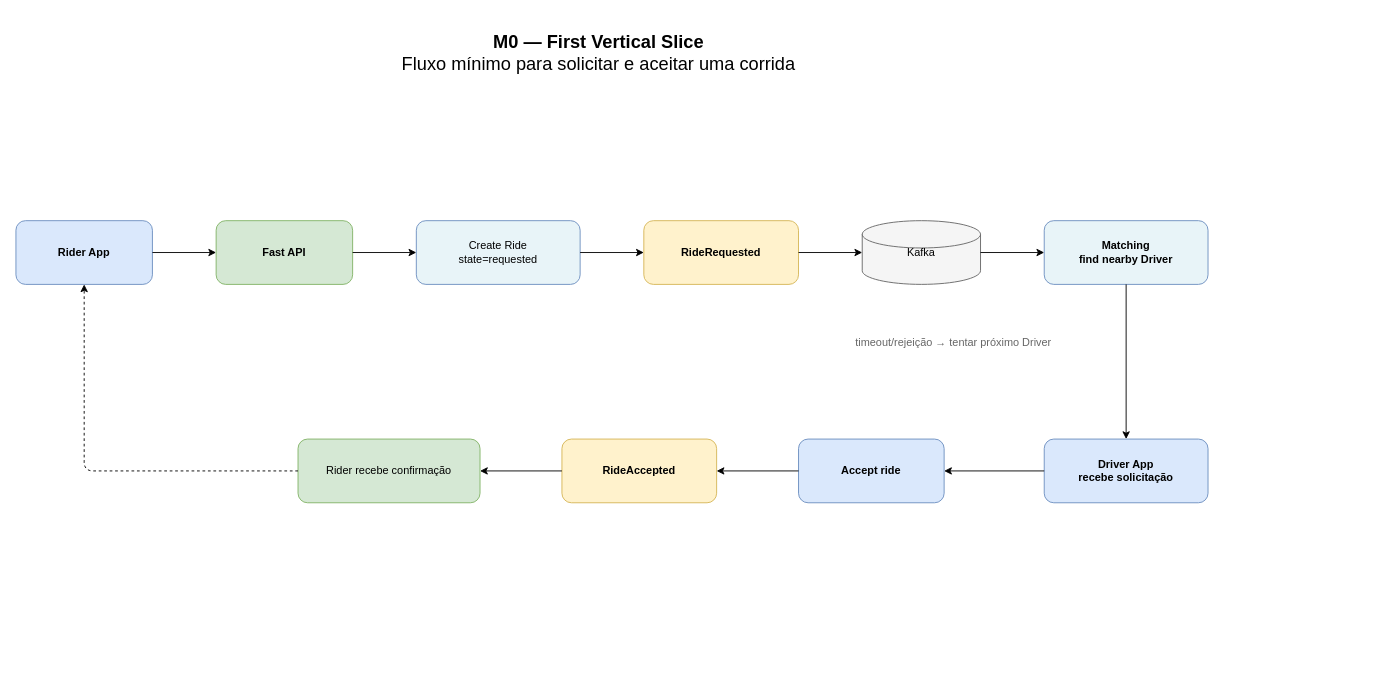
This is page "M0 — First Vertical Slice" (2 of 4) of fast.drawio from guilhermelinosp/fast-drawio, a draw.io file, before an edit. Source tidied: cells renumbered, new cells numbered last; positions are measured from the earlier drawing's top-left corner, leaving out a move shared by most shapes. Both pictures are drawn from the tidied source at 91%, with x=0, y=0 at pixel (15, 20).
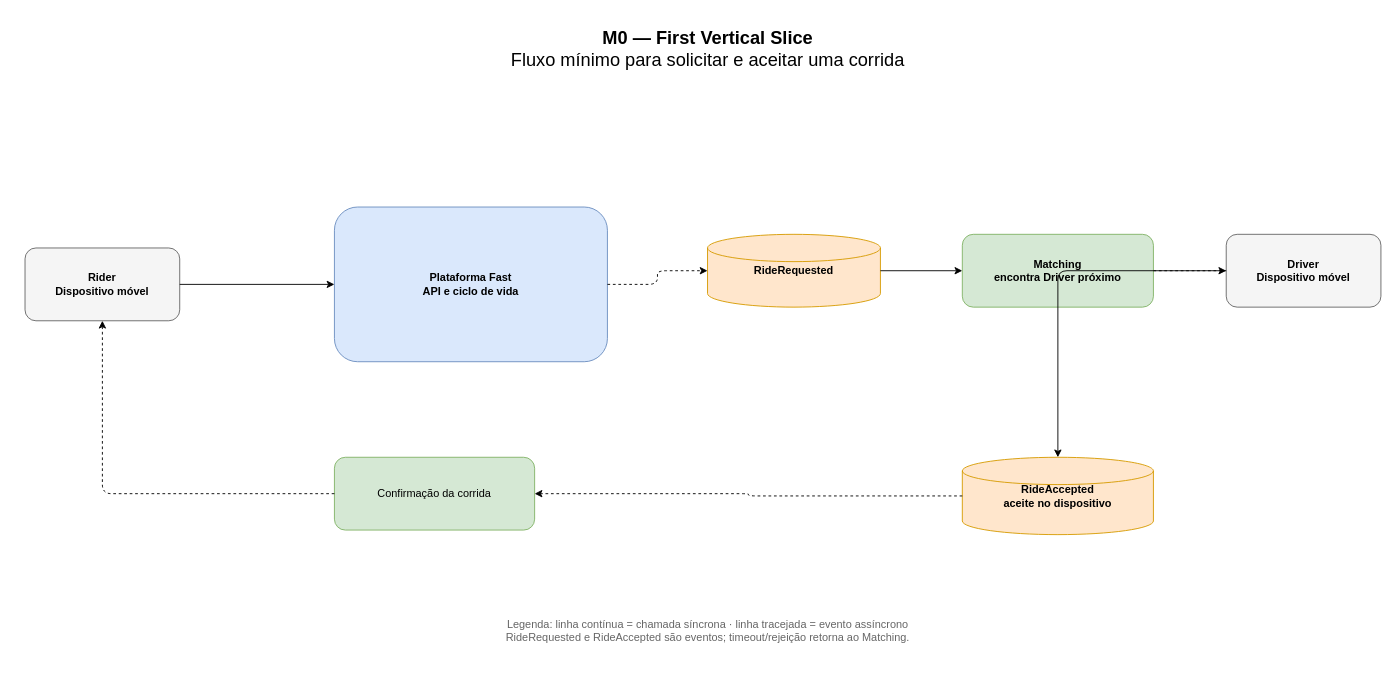
The same diagram, later.

Commit message (it also covers changes not shown here):
Melhora layout dos diagramas Fast

What changed in the source:
```diff
@@
     <mxCell id="2" value="&lt;b&gt;M0 — First Vertical Slice&lt;/b&gt;&lt;br&gt;Fluxo mínimo para solicitar e aceitar uma corrida" style="text;html=1;align=center;verticalAlign=middle;fontSize=20;" parent="1" vertex="1">
-      <mxGeometry x="390" width="500" height="70" as="geometry" />
+      <mxGeometry x="480" y="-5" width="560" height="70" as="geometry" />
     </mxCell>
-    <mxCell id="3" value="Rider App" style="rounded=1;whiteSpace=wrap;html=1;fillColor=#dae8fc;strokeColor=#6c8ebf;fontStyle=1;" parent="1" vertex="1">
-      <mxGeometry y="220" width="150" height="70" as="geometry" />
-    </mxCell>
-    <mxCell id="4" value="Fast API" style="rounded=1;whiteSpace=wrap;html=1;fillColor=#d5e8d4;strokeColor=#82b366;fontStyle=1;" parent="1" vertex="1">
-      <mxGeometry x="220" y="220" width="150" height="70" as="geometry" />
-    </mxCell>
-    <mxCell id="5" value="Create Ride&lt;br&gt;state=requested" style="rounded=1;whiteSpace=wrap;html=1;fillColor=#e8f4f8;strokeColor=#6c8ebf;" parent="1" vertex="1">
-      <mxGeometry x="440" y="220" width="180" height="70" as="geometry" />
-    </mxCell>
+    <mxCell id="24" value="Rider&lt;br&gt;Dispositivo móvel" style="rounded=1;whiteSpace=wrap;html=1;fillColor=#F5F5F5;strokeColor=#666666;fontStyle=1;" parent="1" vertex="1">
+      <mxGeometry x="10" y="250" width="170" height="80" as="geometry" />
+    </mxCell>
+    <mxCell id="25" value="&lt;b&gt;Plataforma Fast&lt;/b&gt;&lt;br&gt;API e ciclo de vida" style="rounded=1;whiteSpace=wrap;html=1;fillColor=#DAE8FC;strokeColor=#6C8EBF;fontStyle=1;" parent="1" vertex="1">
+      <mxGeometry x="350" y="205" width="300" height="170" as="geometry" />
+    </mxCell>
-    <mxCell id="6" value="RideRequested" style="rounded=1;whiteSpace=wrap;html=1;fillColor=#fff2cc;strokeColor=#d6b656;fontStyle=1;" parent="1" vertex="1">
-      <mxGeometry x="690" y="220" width="170" height="70" as="geometry" />
+    <mxCell id="6" value="RideRequested" style="shape=cylinder3;whiteSpace=wrap;html=1;fillColor=#FFE6CC;strokeColor=#D79B00;fontStyle=1;" parent="1" vertex="1">
+      <mxGeometry x="760" y="235" width="190" height="80" as="geometry" />
     </mxCell>
-    <mxCell id="7" value="Kafka" style="shape=cylinder3;whiteSpace=wrap;html=1;fillColor=#f5f5f5;strokeColor=#666666;" parent="1" vertex="1">
-      <mxGeometry x="930" y="220" width="130" height="70" as="geometry" />
-    </mxCell>
-    <mxCell id="8" value="Matching&lt;br&gt;find nearby Driver" style="rounded=1;whiteSpace=wrap;html=1;fillColor=#e8f4f8;strokeColor=#6c8ebf;fontStyle=1;" parent="1" vertex="1">
-      <mxGeometry x="1130" y="220" width="180" height="70" as="geometry" />
-    </mxCell>
-    <mxCell id="9" value="Driver App&lt;br&gt;recebe solicitação" style="rounded=1;whiteSpace=wrap;html=1;fillColor=#dae8fc;strokeColor=#6c8ebf;fontStyle=1;" parent="1" vertex="1">
-      <mxGeometry x="1130" y="460" width="180" height="70" as="geometry" />
-    </mxCell>
-    <mxCell id="10" value="Accept ride" style="rounded=1;whiteSpace=wrap;html=1;fillColor=#dae8fc;strokeColor=#6c8ebf;fontStyle=1;" parent="1" vertex="1">
-      <mxGeometry x="860" y="460" width="160" height="70" as="geometry" />
-    </mxCell>
-    <mxCell id="11" value="RideAccepted" style="rounded=1;whiteSpace=wrap;html=1;fillColor=#fff2cc;strokeColor=#d6b656;fontStyle=1;" parent="1" vertex="1">
-      <mxGeometry x="600" y="460" width="170" height="70" as="geometry" />
-    </mxCell>
-    <mxCell id="12" value="Rider recebe confirmação" style="rounded=1;whiteSpace=wrap;html=1;fillColor=#d5e8d4;strokeColor=#82b366;" parent="1" vertex="1">
-      <mxGeometry x="310" y="460" width="200" height="70" as="geometry" />
-    </mxCell>
-    <mxCell id="13" value="timeout/rejeição → tentar próximo Driver" style="text;html=1;align=center;fontColor=#666666;" parent="1" vertex="1">
-      <mxGeometry x="890" y="340" width="280" height="30" as="geometry" />
-    </mxCell>
-    <mxCell id="14" style="edgeStyle=orthogonalEdgeStyle;rounded=1;html=1;endArrow=classic;" parent="1" edge="1" source="3" target="4">
-      <mxGeometry relative="1" as="geometry" />
-    </mxCell>
-    <mxCell id="15" style="edgeStyle=orthogonalEdgeStyle;rounded=1;html=1;endArrow=classic;" parent="1" edge="1" source="4" target="5">
-      <mxGeometry relative="1" as="geometry" />
-    </mxCell>
-    <mxCell id="16" style="edgeStyle=orthogonalEdgeStyle;rounded=1;html=1;endArrow=classic;" parent="1" edge="1" source="5" target="6">
-      <mxGeometry relative="1" as="geometry" />
-    </mxCell>
-    <mxCell id="17" style="edgeStyle=orthogonalEdgeStyle;rounded=1;html=1;endArrow=classic;" parent="1" edge="1" source="6" target="7">
-      <mxGeometry relative="1" as="geometry" />
-    </mxCell>
-    <mxCell id="18" style="edgeStyle=orthogonalEdgeStyle;rounded=1;html=1;endArrow=classic;" parent="1" edge="1" source="7" target="8">
-      <mxGeometry relative="1" as="geometry" />
-    </mxCell>
-    <mxCell id="19" style="edgeStyle=orthogonalEdgeStyle;rounded=1;html=1;endArrow=classic;" parent="1" edge="1" source="8" target="9">
-      <mxGeometry relative="1" as="geometry" />
-    </mxCell>
-    <mxCell id="20" style="edgeStyle=orthogonalEdgeStyle;rounded=1;html=1;endArrow=classic;" parent="1" edge="1" source="9" target="10">
-      <mxGeometry relative="1" as="geometry" />
-    </mxCell>
-    <mxCell id="21" style="edgeStyle=orthogonalEdgeStyle;rounded=1;html=1;endArrow=classic;" parent="1" edge="1" source="10" target="11">
-      <mxGeometry relative="1" as="geometry" />
-    </mxCell>
-    <mxCell id="22" style="edgeStyle=orthogonalEdgeStyle;rounded=1;html=1;endArrow=classic;" parent="1" edge="1" source="11" target="12">
-      <mxGeometry relative="1" as="geometry" />
-    </mxCell>
-    <mxCell id="23" style="edgeStyle=orthogonalEdgeStyle;rounded=1;html=1;endArrow=classic;dashed=1;" parent="1" edge="1" source="12" target="3">
-      <mxGeometry relative="1" as="geometry" />
-    </mxCell>
+    <mxCell id="26" value="Matching&lt;br&gt;encontra Driver próximo" style="rounded=1;whiteSpace=wrap;html=1;fillColor=#D5E8D4;strokeColor=#82B366;fontStyle=1;" parent="1" vertex="1">
+      <mxGeometry x="1040" y="235" width="210" height="80" as="geometry" />
+    </mxCell>
+    <mxCell id="27" value="Driver&lt;br&gt;Dispositivo móvel" style="rounded=1;whiteSpace=wrap;html=1;fillColor=#F5F5F5;strokeColor=#666666;fontStyle=1;" parent="1" vertex="1">
+      <mxGeometry x="1330" y="235" width="170" height="80" as="geometry" />
+    </mxCell>
+    <mxCell id="28" value="RideAccepted&lt;br&gt;aceite no dispositivo" style="shape=cylinder3;whiteSpace=wrap;html=1;fillColor=#FFE6CC;strokeColor=#D79B00;fontStyle=1;" parent="1" vertex="1">
+      <mxGeometry x="1040" y="480" width="210" height="85" as="geometry" />
+    </mxCell>
+    <mxCell id="29" value="Confirmação da corrida" style="rounded=1;whiteSpace=wrap;html=1;fillColor=#D5E8D4;strokeColor=#82B366;" parent="1" vertex="1">
+      <mxGeometry x="350" y="480" width="220" height="80" as="geometry" />
+    </mxCell>
+    <mxCell id="30" value="Legenda: linha contínua = chamada síncrona · linha tracejada = evento assíncrono&lt;br&gt;RideRequested e RideAccepted são eventos; timeout/rejeição retorna ao Matching." style="text;html=1;align=center;fontColor=#666666;" parent="1" vertex="1">
+      <mxGeometry x="390" y="650" width="740" height="60" as="geometry" />
+    </mxCell>
+    <mxCell id="31" style="edgeStyle=orthogonalEdgeStyle;rounded=1;html=1;endArrow=classic;" parent="1" edge="1" source="24" target="25">
+      <mxGeometry relative="1" as="geometry" />
+    </mxCell>
+    <mxCell id="32" style="edgeStyle=orthogonalEdgeStyle;rounded=1;html=1;endArrow=classic;dashed=1;" parent="1" edge="1" source="25" target="6">
+      <mxGeometry relative="1" as="geometry" />
+    </mxCell>
+    <mxCell id="33" style="edgeStyle=orthogonalEdgeStyle;rounded=1;html=1;endArrow=classic;" parent="1" edge="1" source="6" target="26">
+      <mxGeometry relative="1" as="geometry" />
+    </mxCell>
+    <mxCell id="34" style="edgeStyle=orthogonalEdgeStyle;rounded=1;html=1;endArrow=classic;dashed=1;" parent="1" edge="1" source="26" target="27">
+      <mxGeometry relative="1" as="geometry" />
+    </mxCell>
+    <mxCell id="35" style="edgeStyle=orthogonalEdgeStyle;rounded=1;html=1;endArrow=classic;" parent="1" edge="1" source="27" target="28">
+      <mxGeometry relative="1" as="geometry" />
+    </mxCell>
+    <mxCell id="36" style="edgeStyle=orthogonalEdgeStyle;rounded=1;html=1;endArrow=classic;dashed=1;" parent="1" edge="1" source="28" target="29">
+      <mxGeometry relative="1" as="geometry" />
+    </mxCell>
+    <mxCell id="37" style="edgeStyle=orthogonalEdgeStyle;rounded=1;html=1;endArrow=classic;dashed=1;" parent="1" edge="1" source="29" target="24">
+      <mxGeometry relative="1" as="geometry" />
+    </mxCell>
```
